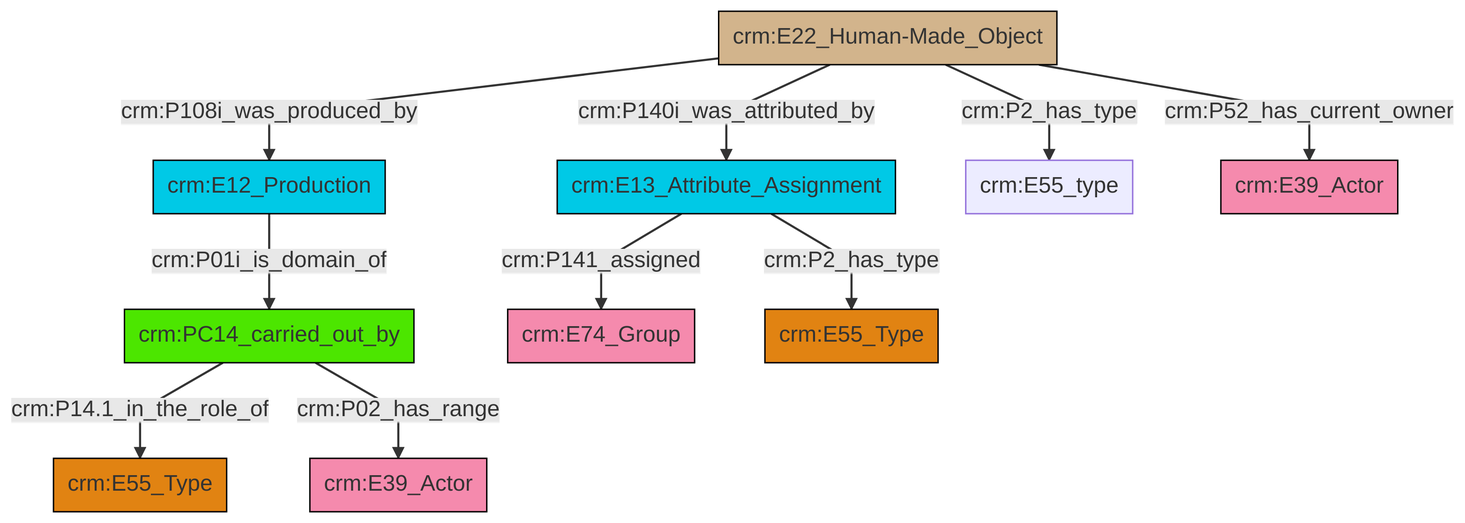
swiss-art-research-net/docs.swissartresearch keeps this Mermaid diagram as et/builtWorkCSV/ttl/mmd/png/Built_Work_actor_relations.png. Above is the earlier version. Its source is kept beside it as et/builtWorkCSV/ttl/mmd/Built_Work_actor_relations.ttl.mmd.
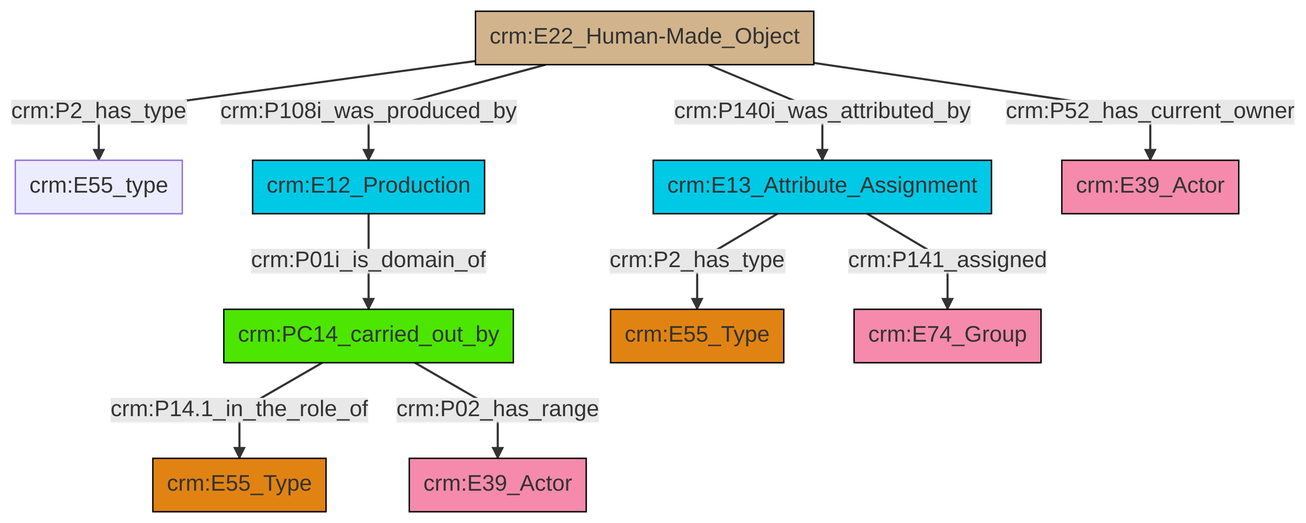
Above is the later version.

The edit, as a diff of the source:
```diff
@@ -13,12 +13,12 @@
 classDef PC_Classes fill:#4ce600, stroke:#000000;
 classDef Multi fill:#cccccc,stroke:#000000;
 
-0["crm:E12_Production"]:::Temporal_Entity -->|crm:P01i_is_domain_of| 2["crm:PC14_carried_out_by"]:::PC_Classes
-3["crm:E22_Human-Made_Object"]:::Physical_Thing -->|crm:P140i_was_attributed_by| 4["crm:E13_Attribute_Assignment"]:::Temporal_Entity
-3["crm:E22_Human-Made_Object"]:::Physical_Thing -->|crm:P2_has_type| 6["crm:E55_type"]:::Default
-2["crm:PC14_carried_out_by"]:::PC_Classes -->|crm:P14.1_in_the_role_of| 7["crm:E55_Type"]:::Type
-4["crm:E13_Attribute_Assignment"]:::Temporal_Entity -->|crm:P141_assigned| 8["crm:E74_Group"]:::Actor
-4["crm:E13_Attribute_Assignment"]:::Temporal_Entity -->|crm:P2_has_type| 9["crm:E55_Type"]:::Type
-3["crm:E22_Human-Made_Object"]:::Physical_Thing -->|crm:P108i_was_produced_by| 0["crm:E12_Production"]:::Temporal_Entity
-2["crm:PC14_carried_out_by"]:::PC_Classes -->|crm:P02_has_range| 12["crm:E39_Actor"]:::Actor
-3["crm:E22_Human-Made_Object"]:::Physical_Thing -->|crm:P52_has_current_owner| 13["crm:E39_Actor"]:::Actor
+6["crm:E22_Human-Made_Object"]:::Physical_Thing -->|crm:P2_has_type| 7["crm:E55_type"]:::Default
+2["crm:E12_Production"]:::Temporal_Entity -->|crm:P01i_is_domain_of| 8["crm:PC14_carried_out_by"]:::PC_Classes
+10["crm:E13_Attribute_Assignment"]:::Temporal_Entity -->|crm:P2_has_type| 4["crm:E55_Type"]:::Type
+10["crm:E13_Attribute_Assignment"]:::Temporal_Entity -->|crm:P141_assigned| 11["crm:E74_Group"]:::Actor
+8["crm:PC14_carried_out_by"]:::PC_Classes -->|crm:P14.1_in_the_role_of| 12["crm:E55_Type"]:::Type
+6["crm:E22_Human-Made_Object"]:::Physical_Thing -->|crm:P108i_was_produced_by| 2["crm:E12_Production"]:::Temporal_Entity
+6["crm:E22_Human-Made_Object"]:::Physical_Thing -->|crm:P140i_was_attributed_by| 10["crm:E13_Attribute_Assignment"]:::Temporal_Entity
+6["crm:E22_Human-Made_Object"]:::Physical_Thing -->|crm:P52_has_current_owner| 0["crm:E39_Actor"]:::Actor
+8["crm:PC14_carried_out_by"]:::PC_Classes -->|crm:P02_has_range| 17["crm:E39_Actor"]:::Actor
```
